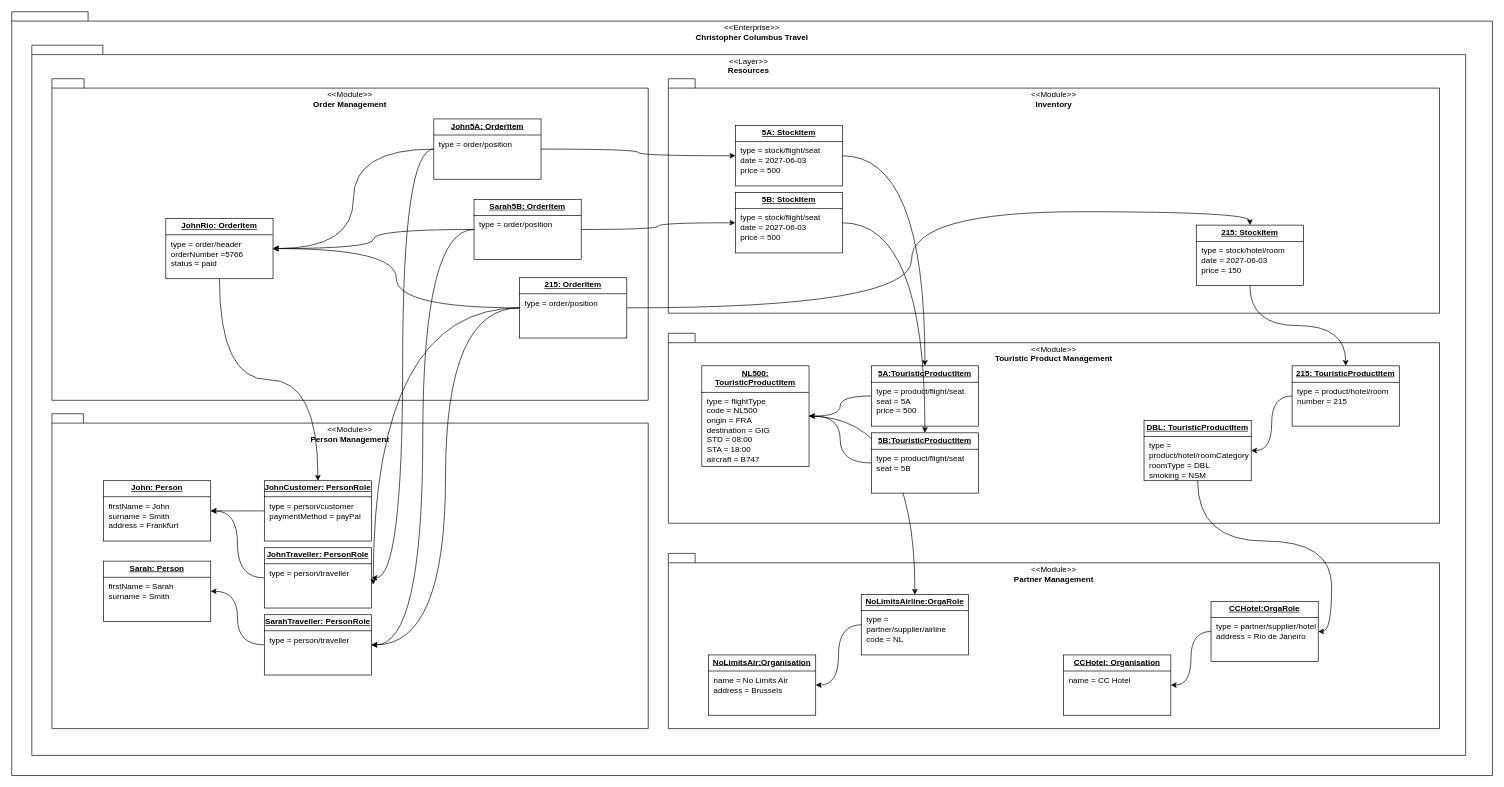
hochschule-darmstadt/a3se_app keeps this draw.io diagram as docs/architecture/data-model/objects.drawio. Above is the earlier version. Source tidied: cells renumbered, new cells numbered last; positions are measured from the earlier drawing's top-left corner, leaving out a move shared by most shapes. Both pictures are drawn from the tidied source at 67%, with x=0, y=0 at pixel (11, 11).
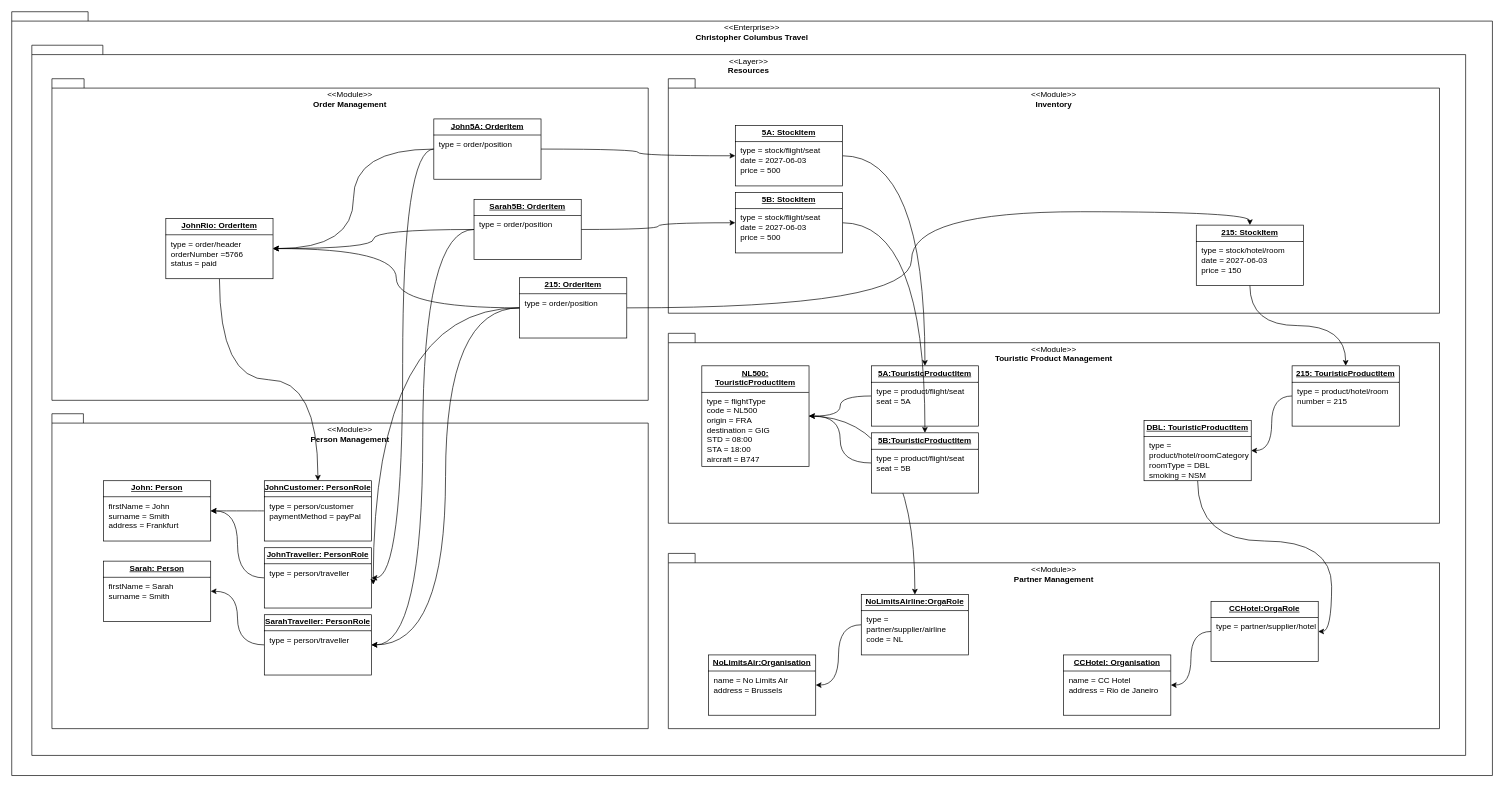
After the change.

Change to the diagram source:
```diff
@@
-    <mxCell id="22" value="&lt;p style=&quot;margin:0px;margin-top:4px;text-align:center;text-decoration:underline;&quot;&gt;&lt;b&gt;CCHotel: Organisation&lt;/b&gt;&lt;/p&gt;&lt;hr size=&quot;1&quot; style=&quot;border-style:solid;&quot;&gt;&lt;p style=&quot;margin:0px;margin-left:8px;&quot;&gt;name = CC Hotel&lt;/p&gt;" style="verticalAlign=top;align=left;overflow=fill;html=1;whiteSpace=wrap;" parent="1" vertex="1">
+    <mxCell id="22" value="&lt;p style=&quot;margin:0px;margin-top:4px;text-align:center;text-decoration:underline;&quot;&gt;&lt;b&gt;CCHotel: Organisation&lt;/b&gt;&lt;/p&gt;&lt;hr size=&quot;1&quot; style=&quot;border-style:solid;&quot;&gt;&lt;p style=&quot;margin:0px;margin-left:8px;&quot;&gt;name = CC Hotel&lt;/p&gt;&lt;p style=&quot;margin:0px;margin-left:8px;&quot;&gt;address = Rio de Janeiro&lt;/p&gt;" style="verticalAlign=top;align=left;overflow=fill;html=1;whiteSpace=wrap;" parent="1" vertex="1">
       <mxGeometry x="1570" y="960" width="160" height="90" as="geometry" />
     </mxCell>
@@
-    <mxCell id="30" value="&lt;p style=&quot;margin:0px;margin-top:4px;text-align:center;text-decoration:underline;&quot;&gt;&lt;b&gt;CCHotel:OrgaRole&lt;/b&gt;&lt;/p&gt;&lt;hr size=&quot;1&quot; style=&quot;border-style:solid;&quot;&gt;&lt;p style=&quot;margin:0px;margin-left:8px;&quot;&gt;type = partner/supplier/hotel&lt;/p&gt;&lt;p style=&quot;margin:0px;margin-left:8px;&quot;&gt;address = Rio de Janeiro&lt;/p&gt;" style="verticalAlign=top;align=left;overflow=fill;html=1;whiteSpace=wrap;" parent="1" vertex="1">
+    <mxCell id="30" value="&lt;p style=&quot;margin:0px;margin-top:4px;text-align:center;text-decoration:underline;&quot;&gt;&lt;b&gt;CCHotel:OrgaRole&lt;/b&gt;&lt;/p&gt;&lt;hr size=&quot;1&quot; style=&quot;border-style:solid;&quot;&gt;&lt;p style=&quot;margin:0px;margin-left:8px;&quot;&gt;type = partner/supplier/hotel&lt;/p&gt;" style="verticalAlign=top;align=left;overflow=fill;html=1;whiteSpace=wrap;" parent="1" vertex="1">
       <mxGeometry x="1790" y="880" width="160" height="90" as="geometry" />
     </mxCell>
@@
-    <mxCell id="32" value="&lt;p style=&quot;margin:0px;margin-top:4px;text-align:center;text-decoration:underline;&quot;&gt;&lt;b&gt;5A:TouristicProductItem&lt;/b&gt;&lt;/p&gt;&lt;hr size=&quot;1&quot; style=&quot;border-style:solid;&quot;&gt;&lt;p style=&quot;margin:0px;margin-left:8px;&quot;&gt;type = product/flight/seat&lt;/p&gt;&lt;p style=&quot;margin:0px;margin-left:8px;&quot;&gt;seat = 5A&lt;/p&gt;&lt;p style=&quot;margin:0px;margin-left:8px;&quot;&gt;price = 500&lt;/p&gt;" style="verticalAlign=top;align=left;overflow=fill;html=1;whiteSpace=wrap;" parent="1" vertex="1">
+    <mxCell id="32" value="&lt;p style=&quot;margin:0px;margin-top:4px;text-align:center;text-decoration:underline;&quot;&gt;&lt;b&gt;5A:TouristicProductItem&lt;/b&gt;&lt;/p&gt;&lt;hr size=&quot;1&quot; style=&quot;border-style:solid;&quot;&gt;&lt;p style=&quot;margin:0px;margin-left:8px;&quot;&gt;type = product/flight/seat&lt;/p&gt;&lt;p style=&quot;margin:0px;margin-left:8px;&quot;&gt;seat = 5A&lt;/p&gt;" style="verticalAlign=top;align=left;overflow=fill;html=1;whiteSpace=wrap;" parent="1" vertex="1">
       <mxGeometry x="1283" y="528.5" width="160" height="90" as="geometry" />
     </mxCell>
```
